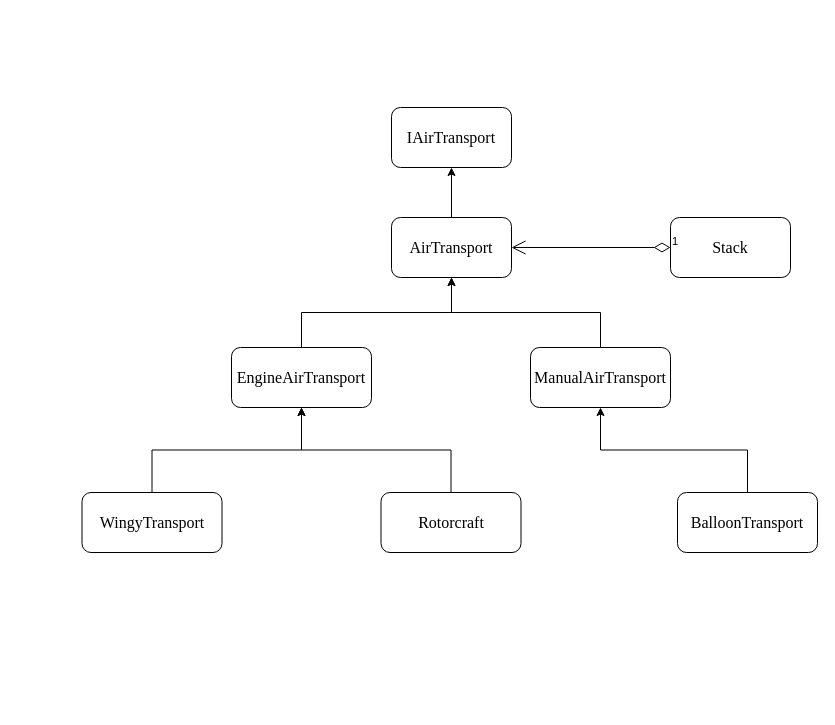
The draw.io diagram Второй курс/ООП/2 семестр/contextDiagram.drawio in WhaIsLuve/university, before the edit. Source tidied: cells renumbered, new cells numbered last; positions are measured from the earlier drawing's top-left corner, leaving out a move shared by most shapes. Both pictures are drawn from the tidied source at 100%, with x=0, y=0 at pixel (81, 107).
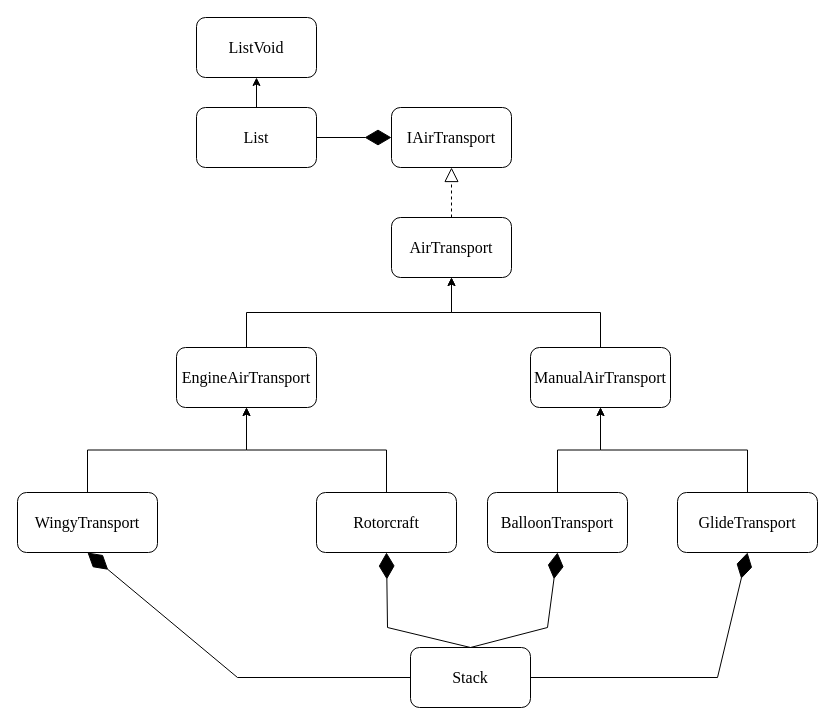
After the change.

Unchanged cells that the change refers to:
```xml
<mxCell id="2" value="&lt;span style=&quot;font-family: &amp;quot;Times New Roman&amp;quot;; font-size: 16px;&quot;&gt;IAirTransport&lt;/span&gt;" style="rounded=1;whiteSpace=wrap;html=1;" parent="1" vertex="1">
  <mxGeometry x="310" width="120" height="60" as="geometry" />
</mxCell>
<mxCell id="4" value="&lt;span style=&quot;font-family: &amp;quot;Times New Roman&amp;quot;; font-size: 16px;&quot;&gt;AirTransport&lt;/span&gt;" style="rounded=1;whiteSpace=wrap;html=1;" parent="1" vertex="1">
  <mxGeometry x="310" y="110" width="120" height="60" as="geometry" />
</mxCell>
<mxCell id="8" value="&lt;span style=&quot;font-family: &amp;quot;Times New Roman&amp;quot;; font-size: 16px;&quot;&gt;ManualAirTransport&lt;/span&gt;" style="rounded=1;whiteSpace=wrap;html=1;" parent="1" vertex="1">
  <mxGeometry x="449" y="240" width="140" height="60" as="geometry" />
</mxCell>
```

Change to the diagram source:
```diff
@@
-    <mxCell id="3" style="edgeStyle=orthogonalEdgeStyle;rounded=0;jettySize=auto;html=1;exitX=0.5;exitY=0;exitDx=0;exitDy=0;entryX=0.5;entryY=1;entryDx=0;entryDy=0;" parent="1" edge="1" source="4" target="2">
-      <mxGeometry relative="1" as="geometry" />
-    </mxCell>
@@
     <mxCell id="6" value="&lt;span style=&quot;font-family: &amp;quot;Times New Roman&amp;quot;; font-size: 16px;&quot;&gt;EngineAirTransport&lt;/span&gt;" style="rounded=1;whiteSpace=wrap;html=1;" parent="1" vertex="1">
-      <mxGeometry x="150" y="240" width="140" height="60" as="geometry" />
+      <mxGeometry x="95" y="240" width="140" height="60" as="geometry" />
     </mxCell>
@@
     <mxCell id="10" value="&lt;span style=&quot;font-family: &amp;quot;Times New Roman&amp;quot;; font-size: 16px;&quot;&gt;WingyTransport&lt;/span&gt;" style="rounded=1;whiteSpace=wrap;html=1;" parent="1" vertex="1">
-      <mxGeometry x="0.5" y="385" width="140" height="60" as="geometry" />
+      <mxGeometry x="-64" y="385" width="140" height="60" as="geometry" />
     </mxCell>
@@
     <mxCell id="12" value="&lt;span style=&quot;font-family: &amp;quot;Times New Roman&amp;quot;; font-size: 16px;&quot;&gt;Rotorcraft&lt;/span&gt;" style="rounded=1;whiteSpace=wrap;html=1;" parent="1" vertex="1">
-      <mxGeometry x="299.5" y="385" width="140" height="60" as="geometry" />
+      <mxGeometry x="235" y="385" width="140" height="60" as="geometry" />
     </mxCell>
@@
-    <mxCell id="14" value="&lt;span style=&quot;font-family: &amp;quot;Times New Roman&amp;quot;; font-size: 16px;&quot;&gt;BalloonTransport&lt;/span&gt;" style="rounded=1;whiteSpace=wrap;html=1;" parent="1" vertex="1">
+    <mxCell id="14" value="&lt;span style=&quot;font-family: &amp;quot;Times New Roman&amp;quot;; font-size: 16px;&quot;&gt;GlideTransport&lt;/span&gt;" style="rounded=1;whiteSpace=wrap;html=1;" parent="1" vertex="1">
       <mxGeometry x="596" y="385" width="140" height="60" as="geometry" />
     </mxCell>
     <mxCell id="15" value="&lt;span style=&quot;font-family: &amp;quot;Times New Roman&amp;quot;; font-size: 16px;&quot;&gt;Stack&lt;/span&gt;" style="rounded=1;whiteSpace=wrap;html=1;" parent="1" vertex="1">
-      <mxGeometry x="589" y="110" width="120" height="60" as="geometry" />
+      <mxGeometry x="329" y="540" width="120" height="60" as="geometry" />
     </mxCell>
-    <mxCell id="16" value="1" style="endArrow=open;html=1;endSize=12;startArrow=diamondThin;startSize=14;startFill=0;edgeStyle=orthogonalEdgeStyle;align=left;verticalAlign=bottom;rounded=0;exitX=0;exitY=0.5;exitDx=0;exitDy=0;entryX=1;entryY=0.5;entryDx=0;entryDy=0;" parent="1" edge="1" source="15" target="4">
-      <mxGeometry x="-1" y="3" relative="1" as="geometry" />
-    </mxCell>
+    <mxCell id="17" style="edgeStyle=orthogonalEdgeStyle;rounded=0;jettySize=auto;html=1;exitX=0.5;exitY=0;exitDx=0;exitDy=0;entryX=0.5;entryY=1;entryDx=0;entryDy=0;" parent="1" edge="1" source="18" target="8">
+      <mxGeometry relative="1" as="geometry" />
+    </mxCell>
+    <mxCell id="18" value="&lt;span style=&quot;font-family: &amp;quot;Times New Roman&amp;quot;; font-size: 16px;&quot;&gt;BalloonTransport&lt;/span&gt;" style="rounded=1;whiteSpace=wrap;html=1;" parent="1" vertex="1">
+      <mxGeometry x="406" y="385" width="140" height="60" as="geometry" />
+    </mxCell>
+    <mxCell id="3" style="endArrow=block;dashed=1;endFill=0;endSize=12;html=1;rounded=0;exitX=0.5;exitY=0;exitDx=0;exitDy=0;entryX=0.5;entryY=1;entryDx=0;entryDy=0;" parent="1" edge="1" source="4" target="2">
+      <mxGeometry relative="1" as="geometry" />
+    </mxCell>
+    <mxCell id="19" style="endArrow=diamondThin;endFill=1;endSize=24;html=1;rounded=0;exitX=0.5;exitY=0;exitDx=0;exitDy=0;entryX=0.5;entryY=1;entryDx=0;entryDy=0;" parent="1" edge="1" source="15" target="12">
+      <mxGeometry relative="1" as="geometry">
+        <Array as="points">
+          <mxPoint x="306" y="520" />
+        </Array>
+      </mxGeometry>
+    </mxCell>
+    <mxCell id="20" style="endArrow=diamondThin;endFill=1;endSize=24;html=1;rounded=0;exitX=0.5;exitY=0;exitDx=0;exitDy=0;entryX=0.5;entryY=1;entryDx=0;entryDy=0;" parent="1" edge="1" source="15" target="18">
+      <mxGeometry relative="1" as="geometry">
+        <Array as="points">
+          <mxPoint x="466" y="520" />
+        </Array>
+      </mxGeometry>
+    </mxCell>
+    <mxCell id="21" style="endArrow=diamondThin;endFill=1;endSize=24;html=1;rounded=0;exitX=1;exitY=0.5;exitDx=0;exitDy=0;entryX=0.5;entryY=1;entryDx=0;entryDy=0;" parent="1" edge="1" source="15" target="14">
+      <mxGeometry relative="1" as="geometry">
+        <Array as="points">
+          <mxPoint x="636" y="570" />
+        </Array>
+      </mxGeometry>
+    </mxCell>
+    <mxCell id="22" style="endArrow=diamondThin;endFill=1;endSize=24;html=1;rounded=0;exitX=0;exitY=0.5;exitDx=0;exitDy=0;entryX=0.5;entryY=1;entryDx=0;entryDy=0;" parent="1" edge="1" source="15" target="10">
+      <mxGeometry relative="1" as="geometry">
+        <Array as="points">
+          <mxPoint x="156" y="570" />
+        </Array>
+      </mxGeometry>
+    </mxCell>
+    <mxCell id="23" value="&lt;span style=&quot;font-family: &amp;quot;Times New Roman&amp;quot;; font-size: 16px;&quot;&gt;ListVoid&lt;/span&gt;" style="rounded=1;whiteSpace=wrap;html=1;" parent="1" vertex="1">
+      <mxGeometry x="115" y="-90" width="120" height="60" as="geometry" />
+    </mxCell>
+    <mxCell id="24" style="edgeStyle=orthogonalEdgeStyle;rounded=0;jettySize=auto;html=1;exitX=0.5;exitY=0;exitDx=0;exitDy=0;entryX=0.5;entryY=1;entryDx=0;entryDy=0;" parent="1" edge="1" source="25" target="23">
+      <mxGeometry relative="1" as="geometry" />
+    </mxCell>
+    <mxCell id="25" value="&lt;span style=&quot;font-family: &amp;quot;Times New Roman&amp;quot;; font-size: 16px;&quot;&gt;List&lt;/span&gt;" style="rounded=1;whiteSpace=wrap;html=1;" parent="1" vertex="1">
+      <mxGeometry x="115" width="120" height="60" as="geometry" />
+    </mxCell>
+    <mxCell id="26" style="endArrow=diamondThin;endFill=1;endSize=24;html=1;rounded=0;entryX=0;entryY=0.5;entryDx=0;entryDy=0;" parent="1" edge="1" source="25" target="2">
+      <mxGeometry relative="1" as="geometry" />
+    </mxCell>
```
